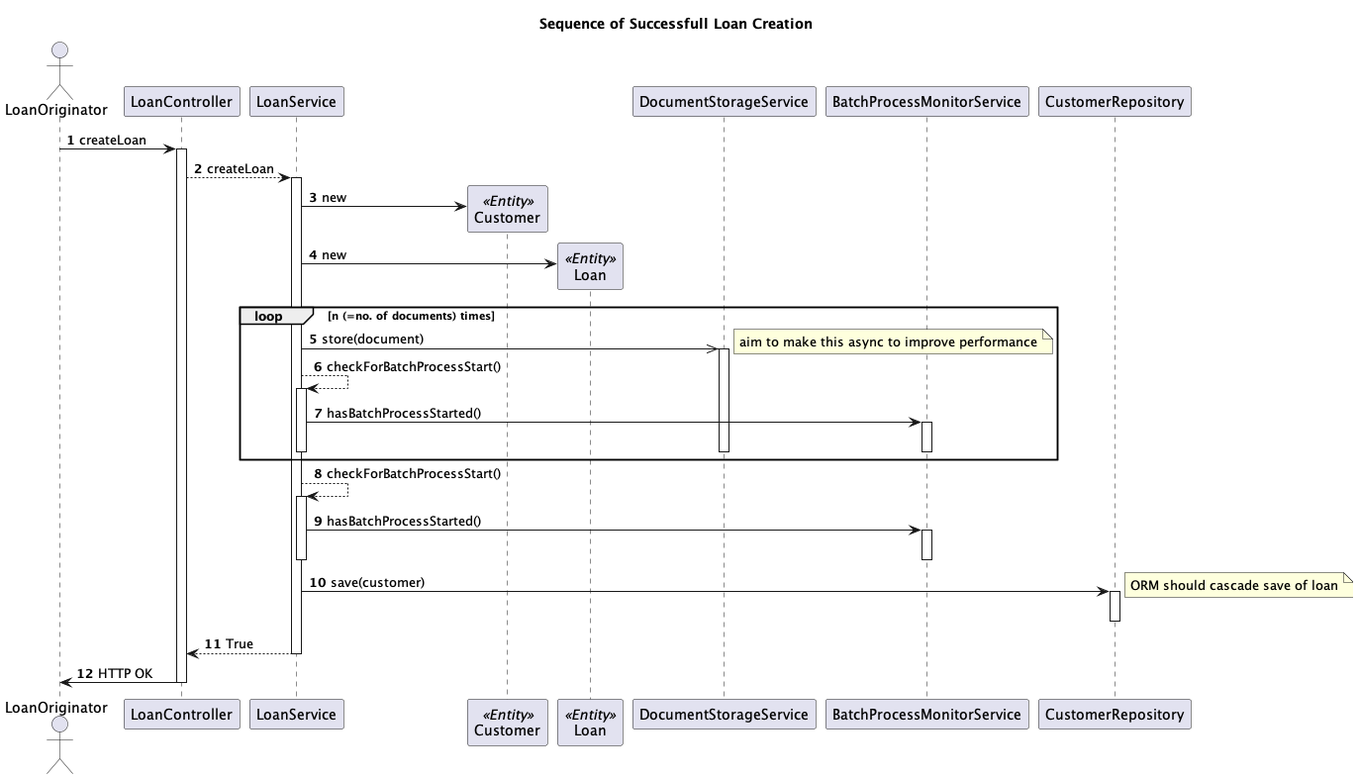
Above: SuccessfullLoanCreation.png in ronanoconnell/stand-a-loan (PlantUML), before the change.
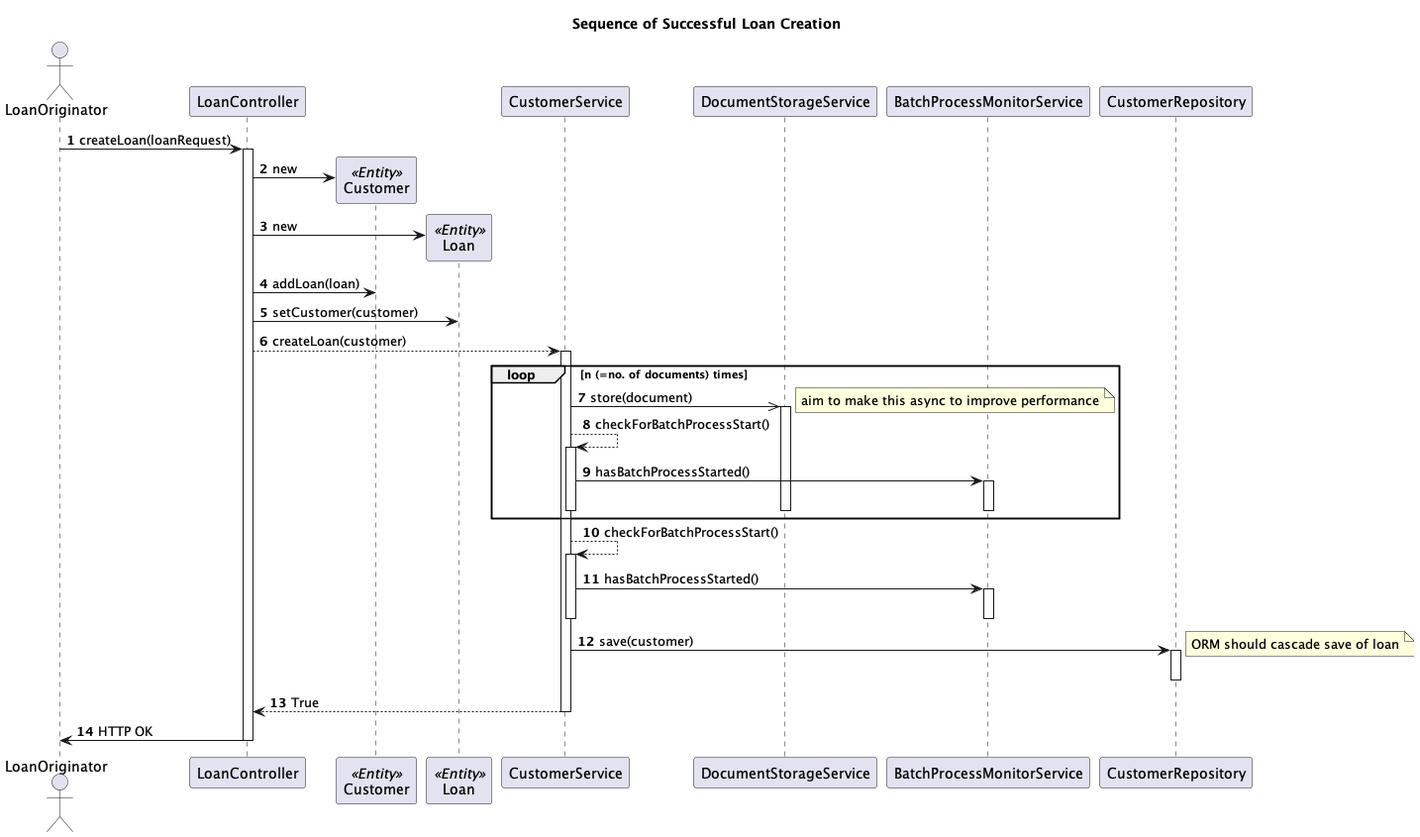
The same file after the commit.

Commit message:
Loan Creation ->Storing loan data in database through endpoint

The edit, as a diff of the source:
```diff
@@ -1,41 +1,43 @@
 @startuml
 
-title Sequence of Successfull Loan Creation
+title Sequence of Successful Loan Creation
 
 autonumber
 actor LoanOriginator
-LoanOriginator -> LoanController: createLoan
+LoanOriginator -> LoanController: createLoan(loanRequest)
 activate LoanController
-LoanController --> LoanService: createLoan
-activate LoanService
 create Customer << Entity >>
-LoanService -> Customer : new
+LoanController -> Customer : new
 create Loan << Entity >>
-LoanService -> Loan : new
+LoanController -> Loan : new
+LoanController -> Customer : addLoan(loan)
+LoanController -> Loan : setCustomer(customer)
+LoanController --> CustomerService: createLoan(customer)
+activate CustomerService
 loop n (=no. of documents) times
-    LoanService ->> DocumentStorageService: store(document)
+    CustomerService ->> DocumentStorageService: store(document)
     note right: aim to make this async to improve performance
     activate DocumentStorageService
-    LoanService --> LoanService: checkForBatchProcessStart()
-    activate LoanService
-    LoanService -> BatchProcessMonitorService: hasBatchProcessStarted()
+    CustomerService --> CustomerService: checkForBatchProcessStart()
+    activate CustomerService
+    CustomerService -> BatchProcessMonitorService: hasBatchProcessStarted()
     activate BatchProcessMonitorService
     deactivate BatchProcessMonitorService
-    deactivate LoanService
+    deactivate CustomerService
     deactivate DocumentStorageService
 end
-LoanService --> LoanService: checkForBatchProcessStart()
-activate LoanService
-LoanService -> BatchProcessMonitorService: hasBatchProcessStarted()
+CustomerService --> CustomerService: checkForBatchProcessStart()
+activate CustomerService
+CustomerService -> BatchProcessMonitorService: hasBatchProcessStarted()
 activate BatchProcessMonitorService
 deactivate BatchProcessMonitorService
-deactivate LoanService
-LoanService -> CustomerRepository: save(customer)
+deactivate CustomerService
+CustomerService -> CustomerRepository: save(customer)
 note right: ORM should cascade save of loan
 activate CustomerRepository
 deactivate CustomerRepository
-LoanController <-- LoanService: True
-deactivate LoanService
+LoanController <-- CustomerService: True
+deactivate CustomerService
 LoanOriginator <- LoanController: HTTP OK
 deactivate LoanController
 @enduml
```
